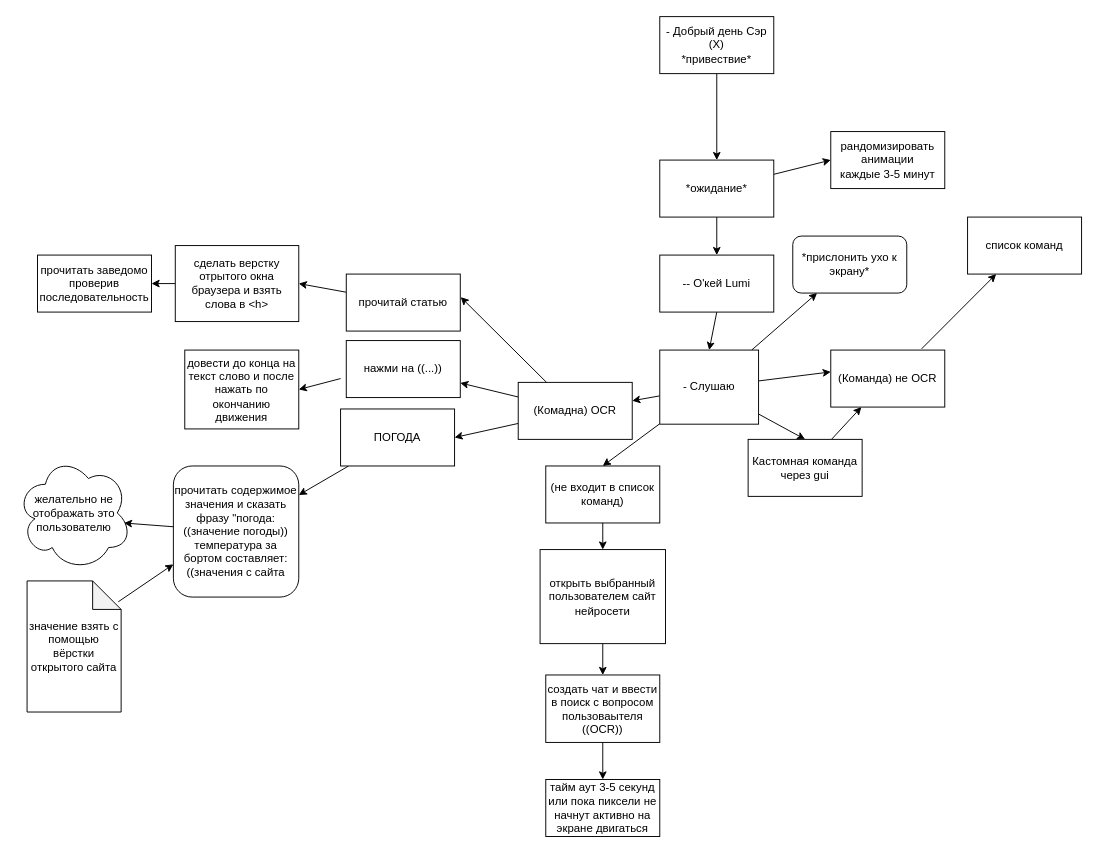
Earlier version of the draw.io diagram plan.drawio (4elobrek9/ai_helper). Source tidied: cells renumbered, new cells numbered last; positions are measured from the earlier drawing's top-left corner, leaving out a move shared by most shapes. Both pictures are drawn from the tidied source at 95%, with x=0, y=0 at pixel (16, 16).
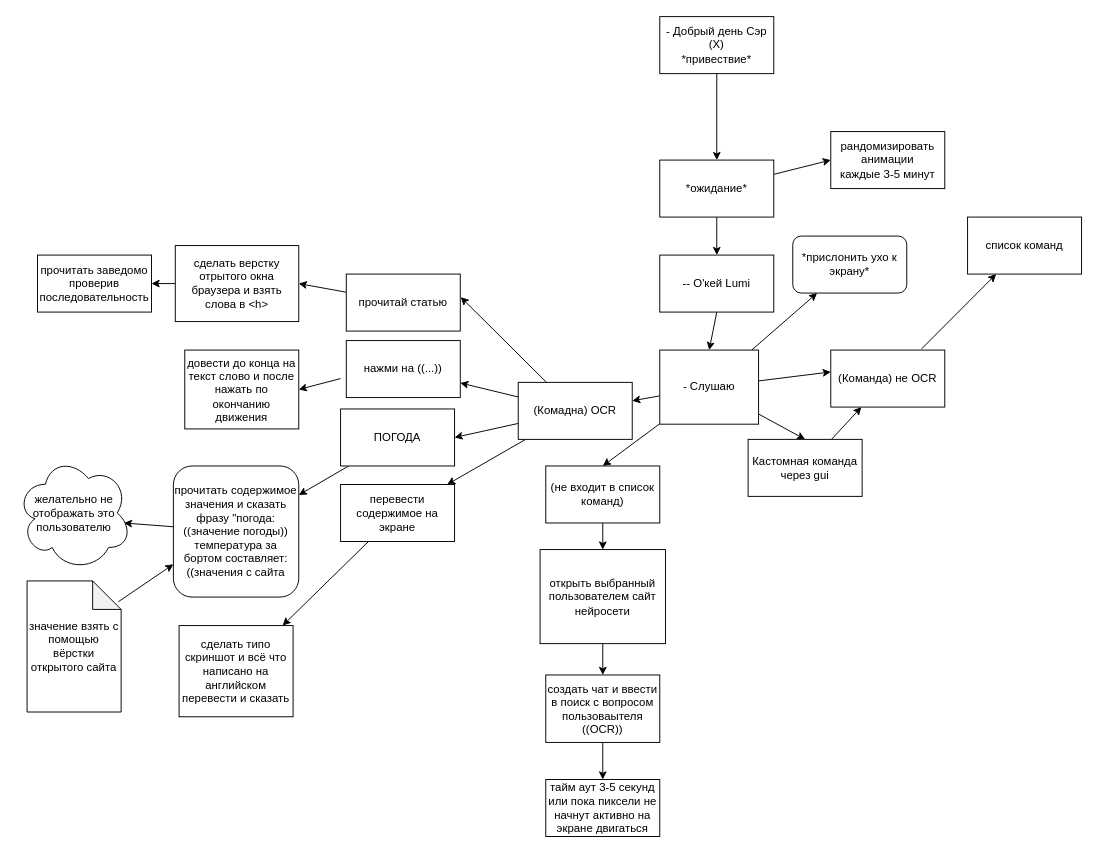
The same diagram, later.

Unchanged cells that the change refers to:
```xml
<mxCell id="19" value="(Комадна) OCR" style="rounded=0;whiteSpace=wrap;html=1;" parent="1" vertex="1">
  <mxGeometry x="528" y="385" width="120" height="60" as="geometry" />
</mxCell>
```

The edit, as a diff of the source:
```diff
@@
+    <mxCell id="48" style="edgeStyle=none;html=1;" parent="1" edge="1" source="19" target="50">
+      <mxGeometry relative="1" as="geometry" />
+    </mxCell>
@@
+    <mxCell id="49" style="edgeStyle=none;html=1;" parent="1" edge="1" source="50" target="51">
+      <mxGeometry relative="1" as="geometry" />
+    </mxCell>
+    <mxCell id="50" value="перевести содержимое на экране" style="rounded=0;whiteSpace=wrap;html=1;" parent="1" vertex="1">
+      <mxGeometry x="341" y="492.5" width="120" height="60" as="geometry" />
+    </mxCell>
+    <mxCell id="51" value="сделать типо скриншот и всё что написано на английском перевести и сказать" style="rounded=0;whiteSpace=wrap;html=1;" parent="1" vertex="1">
+      <mxGeometry x="171" y="641" width="120" height="96" as="geometry" />
+    </mxCell>
```
